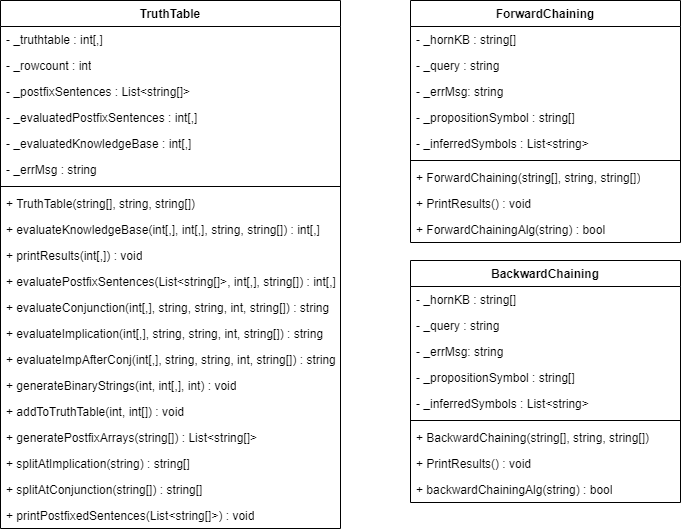
Before: UML PNG.png, a diagram exported from draw.io (MagmaArcade/Inference-Engine). Source tidied: cells renumbered, new cells last; positions are measured from the earlier drawing's top-left corner, leaving out a move shared by most shapes.
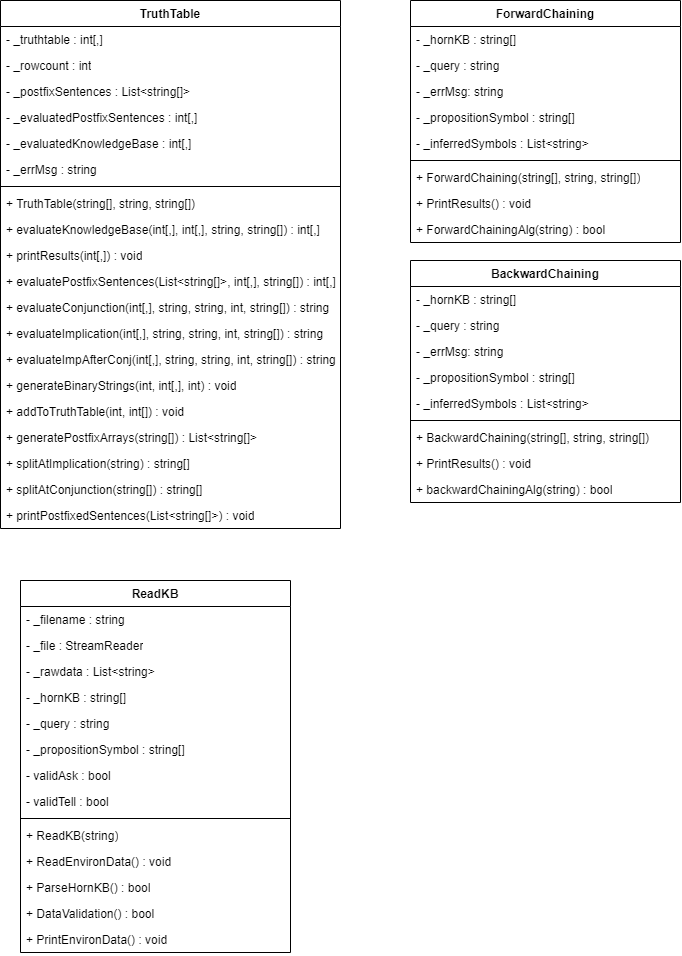
The same file after the commit.

The edit, as a diff of the source:
```diff
@@ -125,5 +125,50 @@
     <mxCell id="42" value="+ backwardChainingAlg(string) : bool" style="text;strokeColor=none;fillColor=none;align=left;verticalAlign=top;spacingLeft=4;spacingRight=4;overflow=hidden;whiteSpace=wrap;html=1;" parent="33" vertex="1">
       <mxGeometry y="216" width="270" height="26" as="geometry" />
     </mxCell>
+    <mxCell id="43" value="ReadKB" style="swimlane;fontStyle=1;align=center;verticalAlign=top;horizontal=1;startSize=26;whiteSpace=wrap;html=1;" parent="1" vertex="1">
+      <mxGeometry x="20" y="580" width="270" height="372" as="geometry" />
+    </mxCell>
+    <mxCell id="44" value="- _filename : string" style="text;strokeColor=none;fillColor=none;align=left;verticalAlign=top;spacingLeft=4;spacingRight=4;overflow=hidden;whiteSpace=wrap;html=1;" parent="43" vertex="1">
+      <mxGeometry y="26" width="270" height="26" as="geometry" />
+    </mxCell>
+    <mxCell id="45" value="- _file : StreamReader" style="text;strokeColor=none;fillColor=none;align=left;verticalAlign=top;spacingLeft=4;spacingRight=4;overflow=hidden;whiteSpace=wrap;html=1;" parent="43" vertex="1">
+      <mxGeometry y="52" width="270" height="26" as="geometry" />
+    </mxCell>
+    <mxCell id="46" value="- _rawdata : List&amp;lt;string&amp;gt;" style="text;strokeColor=none;fillColor=none;align=left;verticalAlign=top;spacingLeft=4;spacingRight=4;overflow=hidden;whiteSpace=wrap;html=1;" parent="43" vertex="1">
+      <mxGeometry y="78" width="270" height="26" as="geometry" />
+    </mxCell>
+    <mxCell id="47" value="- _hornKB : string[]" style="text;strokeColor=none;fillColor=none;align=left;verticalAlign=top;spacingLeft=4;spacingRight=4;overflow=hidden;whiteSpace=wrap;html=1;" parent="43" vertex="1">
+      <mxGeometry y="104" width="270" height="26" as="geometry" />
+    </mxCell>
+    <mxCell id="48" value="- _query : string" style="text;strokeColor=none;fillColor=none;align=left;verticalAlign=top;spacingLeft=4;spacingRight=4;overflow=hidden;whiteSpace=wrap;html=1;" parent="43" vertex="1">
+      <mxGeometry y="130" width="270" height="26" as="geometry" />
+    </mxCell>
+    <mxCell id="49" value="- _propositionSymbol : string[]" style="text;strokeColor=none;fillColor=none;align=left;verticalAlign=top;spacingLeft=4;spacingRight=4;overflow=hidden;whiteSpace=wrap;html=1;" parent="43" vertex="1">
+      <mxGeometry y="156" width="270" height="26" as="geometry" />
+    </mxCell>
+    <mxCell id="50" value="- validAsk : bool" style="text;strokeColor=none;fillColor=none;align=left;verticalAlign=top;spacingLeft=4;spacingRight=4;overflow=hidden;whiteSpace=wrap;html=1;" parent="43" vertex="1">
+      <mxGeometry y="182" width="270" height="26" as="geometry" />
+    </mxCell>
+    <mxCell id="51" value="- validTell : bool" style="text;strokeColor=none;fillColor=none;align=left;verticalAlign=top;spacingLeft=4;spacingRight=4;overflow=hidden;whiteSpace=wrap;html=1;" parent="43" vertex="1">
+      <mxGeometry y="208" width="270" height="26" as="geometry" />
+    </mxCell>
+    <mxCell id="52" style="line;strokeWidth=1;fillColor=none;align=left;verticalAlign=middle;spacingTop=-1;spacingLeft=3;spacingRight=3;labelPosition=right;strokeColor=inherit;" parent="43" vertex="1">
+      <mxGeometry y="234" width="270" height="8" as="geometry" />
+    </mxCell>
+    <mxCell id="53" value="+ ReadKB(string)" style="text;strokeColor=none;fillColor=none;align=left;verticalAlign=top;spacingLeft=4;spacingRight=4;overflow=hidden;whiteSpace=wrap;html=1;" parent="43" vertex="1">
+      <mxGeometry y="242" width="270" height="26" as="geometry" />
+    </mxCell>
+    <mxCell id="54" value="+ ReadEnvironData() : void" style="text;strokeColor=none;fillColor=none;align=left;verticalAlign=top;spacingLeft=4;spacingRight=4;overflow=hidden;whiteSpace=wrap;html=1;" parent="43" vertex="1">
+      <mxGeometry y="268" width="270" height="26" as="geometry" />
+    </mxCell>
+    <mxCell id="55" value="+ ParseHornKB() : bool" style="text;strokeColor=none;fillColor=none;align=left;verticalAlign=top;spacingLeft=4;spacingRight=4;overflow=hidden;whiteSpace=wrap;html=1;" parent="43" vertex="1">
+      <mxGeometry y="294" width="270" height="26" as="geometry" />
+    </mxCell>
+    <mxCell id="56" value="+ DataValidation() : bool" style="text;strokeColor=none;fillColor=none;align=left;verticalAlign=top;spacingLeft=4;spacingRight=4;overflow=hidden;whiteSpace=wrap;html=1;" parent="43" vertex="1">
+      <mxGeometry y="320" width="270" height="26" as="geometry" />
+    </mxCell>
+    <mxCell id="57" value="+ PrintEnvironData() : void" style="text;strokeColor=none;fillColor=none;align=left;verticalAlign=top;spacingLeft=4;spacingRight=4;overflow=hidden;whiteSpace=wrap;html=1;" parent="43" vertex="1">
+      <mxGeometry y="346" width="270" height="26" as="geometry" />
+    </mxCell>
   </root>
 </mxGraphModel>
```
